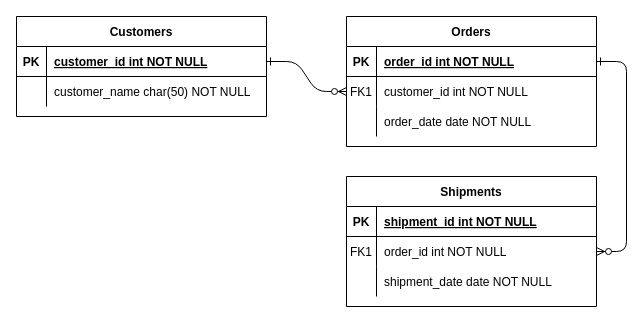
This is database/未命名绘图.drawio from Share-Smiles-Group/Share-Smiles, a draw.io file, before an edit. Source tidied: cells renumbered, new cells numbered last; positions are measured from the earlier drawing's top-left corner, leaving out a move shared by most shapes. Both pictures are drawn from the tidied source at 100%, with x=0, y=0 at pixel (16, 16).
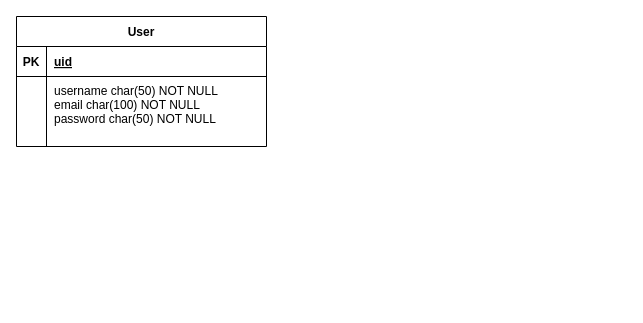
The same diagram, later.

The change refers to these unchanged cells:
```xml
<mxCell id="25" style="shape=partialRectangle;fillColor=none;points=[[0,0.5],[1,0.5]];portConstraint=eastwest;top=0;left=0;right=0;bottom=1;" parent="24" vertex="1">
  <mxGeometry y="30" width="250" height="30" as="geometry" />
</mxCell>
```

What changed in the source:
```diff
@@
-    <mxCell id="2" style="edgeStyle=entityRelationEdgeStyle;endArrow=ERzeroToMany;startArrow=ERone;endFill=1;startFill=0;" parent="1" edge="1" source="25" target="8">
-      <mxGeometry relative="1" as="geometry" />
-    </mxCell>
-    <mxCell id="3" style="edgeStyle=entityRelationEdgeStyle;endArrow=ERzeroToMany;startArrow=ERone;endFill=1;startFill=0;" parent="1" edge="1" source="5" target="18">
-      <mxGeometry relative="1" as="geometry" />
-    </mxCell>
-    <mxCell id="4" value="Orders" style="shape=table;startSize=30;childLayout=tableLayout;rowLines=0;fontStyle=1;align=center;" parent="1" vertex="1">
-      <mxGeometry x="330" width="250" height="130" as="geometry" />
-    </mxCell>
-    <mxCell id="5" style="shape=partialRectangle;fillColor=none;points=[[0,0.5],[1,0.5]];portConstraint=eastwest;top=0;left=0;right=0;bottom=1;" parent="4" vertex="1">
-      <mxGeometry y="30" width="250" height="30" as="geometry" />
-    </mxCell>
-    <mxCell id="6" value="PK" style="shape=partialRectangle;overflow=hidden;fillColor=none;top=0;left=0;bottom=0;right=0;fontStyle=1;" parent="5" vertex="1">
-      <mxGeometry width="30" height="30" as="geometry" />
-    </mxCell>
-    <mxCell id="7" value="order_id int NOT NULL " style="shape=partialRectangle;overflow=hidden;fillColor=none;top=0;left=0;bottom=0;right=0;align=left;spacingLeft=6;fontStyle=5;" parent="5" vertex="1">
-      <mxGeometry x="30" width="220" height="30" as="geometry" />
-    </mxCell>
-    <mxCell id="8" style="shape=partialRectangle;fillColor=none;points=[[0,0.5],[1,0.5]];portConstraint=eastwest;top=0;left=0;right=0;bottom=0;" parent="4" vertex="1">
-      <mxGeometry y="60" width="250" height="30" as="geometry" />
-    </mxCell>
-    <mxCell id="9" value="FK1" style="shape=partialRectangle;overflow=hidden;fillColor=none;top=0;left=0;bottom=0;right=0;" parent="8" vertex="1">
-      <mxGeometry width="30" height="30" as="geometry" />
-    </mxCell>
-    <mxCell id="10" value="customer_id int NOT NULL" style="shape=partialRectangle;overflow=hidden;fillColor=none;top=0;left=0;bottom=0;right=0;align=left;spacingLeft=6;" parent="8" vertex="1">
-      <mxGeometry x="30" width="220" height="30" as="geometry" />
-    </mxCell>
-    <mxCell id="11" style="shape=partialRectangle;fillColor=none;top=0;left=0;right=0;bottom=0;" parent="4" vertex="1">
-      <mxGeometry y="90" width="250" height="30" as="geometry" />
-    </mxCell>
-    <mxCell id="12" style="shape=partialRectangle;overflow=hidden;fillColor=none;top=0;left=0;bottom=0;right=0;" parent="11" vertex="1">
-      <mxGeometry width="30" height="30" as="geometry" />
-    </mxCell>
-    <mxCell id="13" value="order_date date NOT NULL" style="shape=partialRectangle;overflow=hidden;fillColor=none;top=0;left=0;bottom=0;right=0;align=left;spacingLeft=6;" parent="11" vertex="1">
-      <mxGeometry x="30" width="220" height="30" as="geometry" />
-    </mxCell>
-    <mxCell id="14" value="Shipments" style="shape=table;startSize=30;childLayout=tableLayout;rowLines=0;fontStyle=1;align=center;" parent="1" vertex="1">
-      <mxGeometry x="330" y="160" width="250" height="130" as="geometry" />
-    </mxCell>
-    <mxCell id="15" style="shape=partialRectangle;fillColor=none;top=0;left=0;right=0;bottom=1;" parent="14" vertex="1">
-      <mxGeometry y="30" width="250" height="30" as="geometry" />
-    </mxCell>
-    <mxCell id="16" value="PK" style="shape=partialRectangle;overflow=hidden;fillColor=none;top=0;left=0;bottom=0;right=0;fontStyle=1;" parent="15" vertex="1">
-      <mxGeometry width="30" height="30" as="geometry" />
-    </mxCell>
-    <mxCell id="17" value="shipment_id int NOT NULL " style="shape=partialRectangle;overflow=hidden;fillColor=none;top=0;left=0;bottom=0;right=0;align=left;spacingLeft=6;fontStyle=5;" parent="15" vertex="1">
-      <mxGeometry x="30" width="220" height="30" as="geometry" />
-    </mxCell>
-    <mxCell id="18" style="shape=partialRectangle;fillColor=none;points=[[0,0.5],[1,0.5]];portConstraint=eastwest;top=0;left=0;right=0;bottom=0;" parent="14" vertex="1">
-      <mxGeometry y="60" width="250" height="30" as="geometry" />
-    </mxCell>
-    <mxCell id="19" value="FK1" style="shape=partialRectangle;overflow=hidden;fillColor=none;top=0;left=0;bottom=0;right=0;" parent="18" vertex="1">
-      <mxGeometry width="30" height="30" as="geometry" />
-    </mxCell>
-    <mxCell id="20" value="order_id int NOT NULL" style="shape=partialRectangle;overflow=hidden;fillColor=none;top=0;left=0;bottom=0;right=0;align=left;spacingLeft=6;" parent="18" vertex="1">
-      <mxGeometry x="30" width="220" height="30" as="geometry" />
-    </mxCell>
-    <mxCell id="21" style="shape=partialRectangle;fillColor=none;top=0;left=0;right=0;bottom=0;" parent="14" vertex="1">
-      <mxGeometry y="90" width="250" height="30" as="geometry" />
-    </mxCell>
-    <mxCell id="22" style="shape=partialRectangle;overflow=hidden;fillColor=none;top=0;left=0;bottom=0;right=0;" parent="21" vertex="1">
-      <mxGeometry width="30" height="30" as="geometry" />
-    </mxCell>
-    <mxCell id="23" value="shipment_date date NOT NULL" style="shape=partialRectangle;overflow=hidden;fillColor=none;top=0;left=0;bottom=0;right=0;align=left;spacingLeft=6;" parent="21" vertex="1">
-      <mxGeometry x="30" width="220" height="30" as="geometry" />
-    </mxCell>
-    <mxCell id="24" value="Customers" style="shape=table;startSize=30;childLayout=tableLayout;rowLines=0;fontStyle=1;align=center;" parent="1" vertex="1">
-      <mxGeometry width="250" height="100" as="geometry" />
+    <mxCell id="24" value="User" style="shape=table;startSize=30;childLayout=tableLayout;rowLines=0;fontStyle=1;align=center;" parent="1" vertex="1">
+      <mxGeometry width="250" height="130" as="geometry" />
     </mxCell>
@@
-    <mxCell id="27" value="customer_id int NOT NULL " style="shape=partialRectangle;overflow=hidden;fillColor=none;top=0;left=0;bottom=0;right=0;align=left;spacingLeft=6;fontStyle=5;" parent="25" vertex="1">
+    <mxCell id="27" value="uid" style="shape=partialRectangle;overflow=hidden;fillColor=none;top=0;left=0;bottom=0;right=0;align=left;spacingLeft=6;fontStyle=5;" parent="25" vertex="1">
       <mxGeometry x="30" width="220" height="30" as="geometry" />
     </mxCell>
     <mxCell id="28" style="shape=partialRectangle;fillColor=none;top=0;left=0;right=0;bottom=0;" parent="24" vertex="1">
-      <mxGeometry y="60" width="250" height="30" as="geometry" />
+      <mxGeometry y="60" width="250" height="70" as="geometry" />
     </mxCell>
     <mxCell id="29" style="shape=partialRectangle;overflow=hidden;fillColor=none;top=0;left=0;bottom=0;right=0;" parent="28" vertex="1">
-      <mxGeometry width="30" height="30" as="geometry" />
+      <mxGeometry width="30" height="70" as="geometry" />
     </mxCell>
-    <mxCell id="30" value="customer_name char(50) NOT NULL" style="shape=partialRectangle;overflow=hidden;fillColor=none;top=0;left=0;bottom=0;right=0;align=left;spacingLeft=6;" parent="28" vertex="1">
-      <mxGeometry x="30" width="220" height="30" as="geometry" />
+    <mxCell id="30" value="username char(50) NOT NULL&#10;email char(100) NOT NULL &#10;password char(50) NOT NULL&#10;" style="shape=partialRectangle;overflow=hidden;fillColor=none;top=0;left=0;bottom=0;right=0;align=left;spacingLeft=6;" parent="28" vertex="1">
+      <mxGeometry x="30" width="220" height="70" as="geometry" />
     </mxCell>
```
